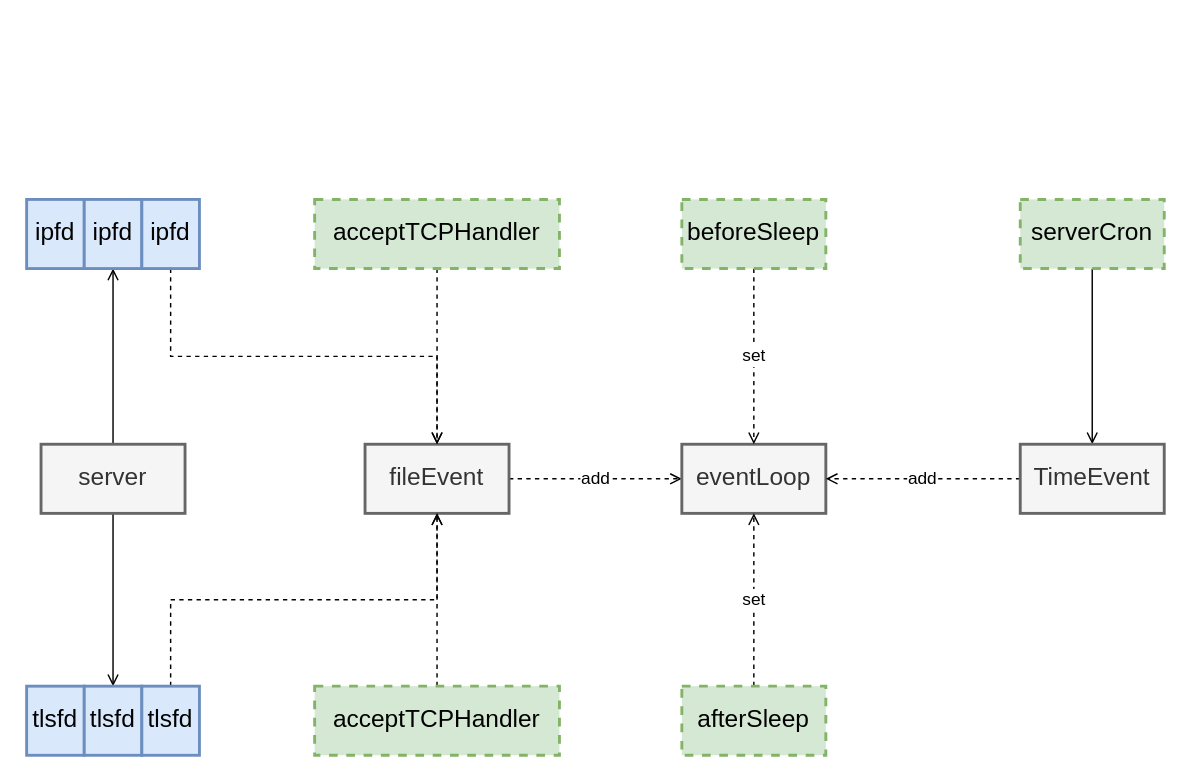
dovics/draw.io keeps this draw.io diagram as page "InitServer" (1 of 6) of redis/redis-server.drawio. Above is the earlier version. Source tidied: cells renumbered, new cells numbered last; positions are measured from the earlier drawing's top-left corner, leaving out a move shared by most shapes. Both pictures are drawn from the tidied source at 144%, with x=0, y=0 at pixel (26, 199).
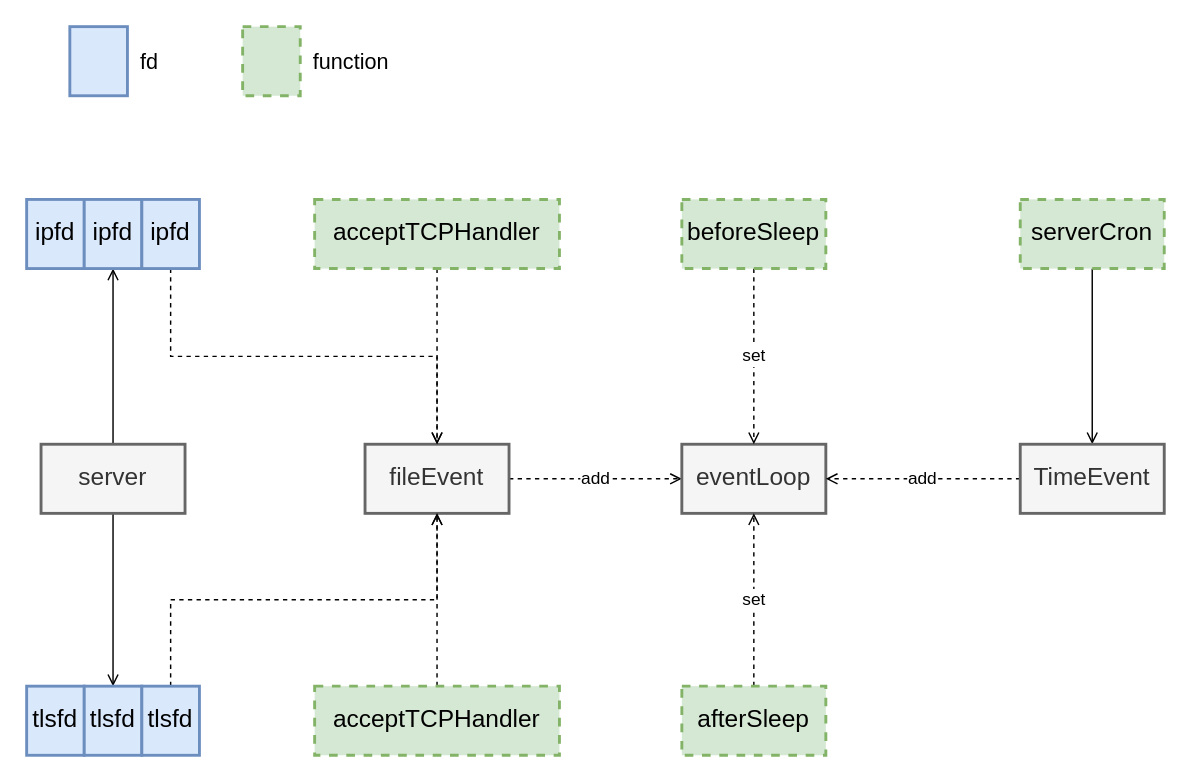
The same page after the edit.

Change to the diagram source:
```diff
@@
+    <mxCell id="28" style="rounded=0;whiteSpace=wrap;html=1;strokeWidth=2;fontSize=17;fillColor=#dae8fc;strokeColor=#6c8ebf;" parent="1" vertex="1">
+      <mxGeometry x="30" y="-120" width="40" height="48" as="geometry" />
+    </mxCell>
+    <mxCell id="29" value="fd" style="text;html=1;align=center;verticalAlign=middle;strokeColor=none;fillColor=none;fontSize=15;" parent="1" vertex="1">
+      <mxGeometry x="70" y="-106" width="30" height="20" as="geometry" />
+    </mxCell>
+    <mxCell id="30" style="rounded=0;whiteSpace=wrap;html=1;strokeWidth=2;fontSize=17;dashed=1;fillColor=#d5e8d4;strokeColor=#82b366;" parent="1" vertex="1">
+      <mxGeometry x="150" y="-120" width="40" height="48" as="geometry" />
+    </mxCell>
+    <mxCell id="31" value="function" style="text;html=1;align=center;verticalAlign=middle;strokeColor=none;fillColor=none;fontSize=15;" parent="1" vertex="1">
+      <mxGeometry x="190" y="-106" width="70" height="20" as="geometry" />
+    </mxCell>
```
